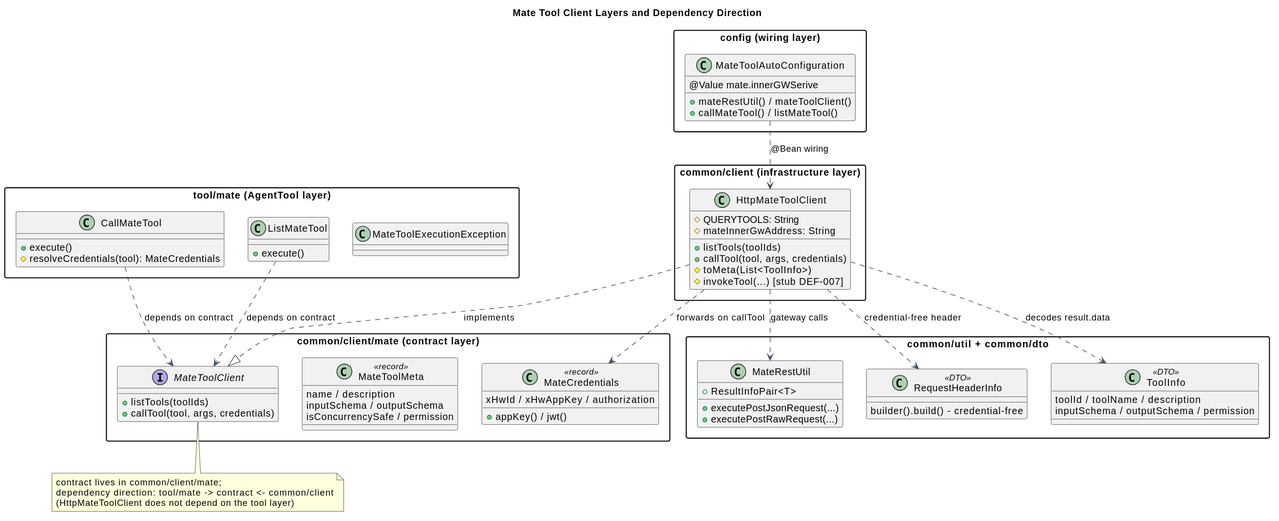
2862282695gjh-afk/pi-mono-java keeps this PlantUML diagram as docs/designs/mate-tool-client/mate_tool_client_layers.svg. Above is the earlier version.
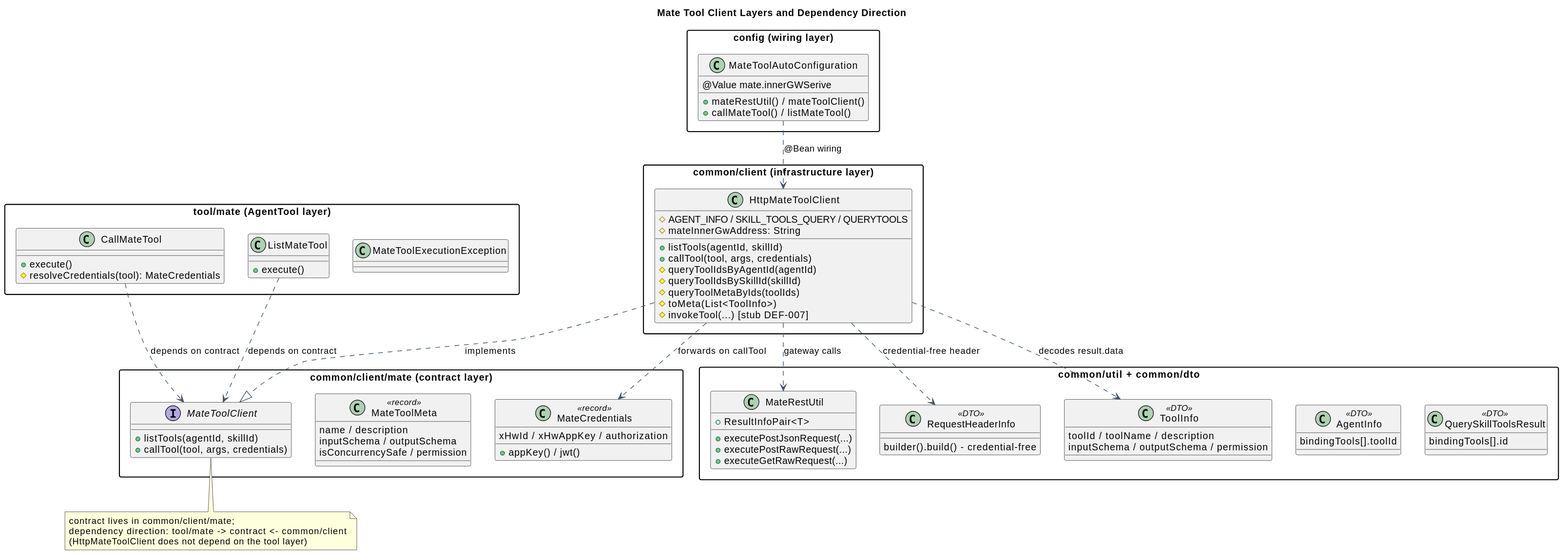
Later version of the same file.

Commit message:
docs(mate-tool): 设计文档与图同步两步查询实现

Diff of the diagram source:
```diff
@@ -20,10 +20,13 @@
 
 package "common/client (infrastructure layer)" {
   class HttpMateToolClient {
-    # QUERYTOOLS: String
+    # AGENT_INFO / SKILL_TOOLS_QUERY / QUERYTOOLS
     # mateInnerGwAddress: String
-    + listTools(toolIds)
+    + listTools(agentId, skillId)
     + callTool(tool, args, credentials)
+    # queryToolIdsByAgentId(agentId)
+    # queryToolIdsBySkillId(skillId)
+    # queryToolMetaByIds(toolIds)
     # toMeta(List<ToolInfo>)
     # invokeTool(...) [stub DEF-007]
   }
@@ -31,7 +34,7 @@
 
 package "common/client/mate (contract layer)" {
   interface MateToolClient {
-    + listTools(toolIds)
+    + listTools(agentId, skillId)
     + callTool(tool, args, credentials)
   }
   class MateToolMeta <<record>> {
@@ -49,6 +52,7 @@
   class MateRestUtil {
     + executePostJsonRequest(...)
     + executePostRawRequest(...)
+    + executeGetRawRequest(...)
     + ResultInfoPair<T>
   }
   class RequestHeaderInfo <<DTO>> {
@@ -57,6 +61,12 @@
   class ToolInfo <<DTO>> {
     toolId / toolName / description
     inputSchema / outputSchema / permission
+  }
+  class AgentInfo <<DTO>> {
+    bindingTools[].toolId
+  }
+  class QuerySkillToolsResult <<DTO>> {
+    bindingTools[].id
   }
 }
 
```
